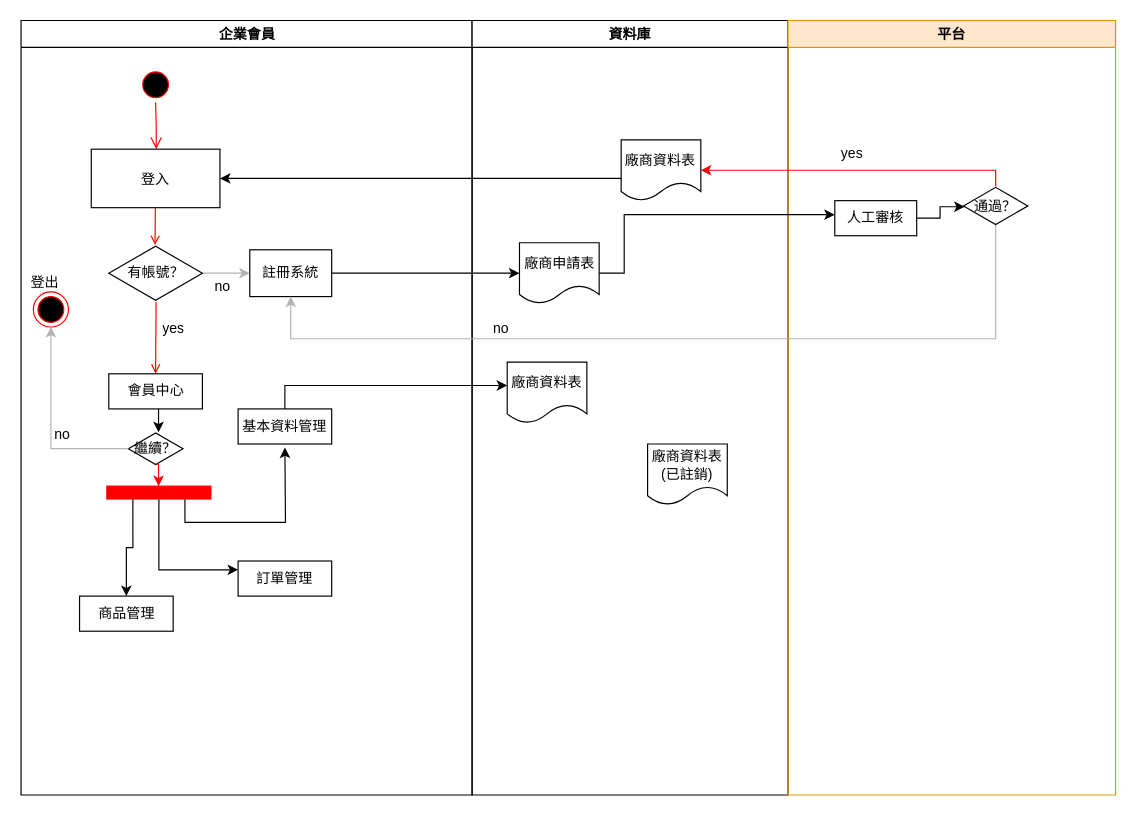
The draw.io diagram page "Page-1" (1 of 2) of 企業會員流程.drawio in 4gold/PFF, before the edit. Source tidied: cells renumbered, new cells numbered last; positions are measured from the earlier drawing's top-left corner, leaving out a move shared by most shapes. Both pictures are drawn from the tidied source at 117%, with x=0, y=0 at pixel (20, 20).
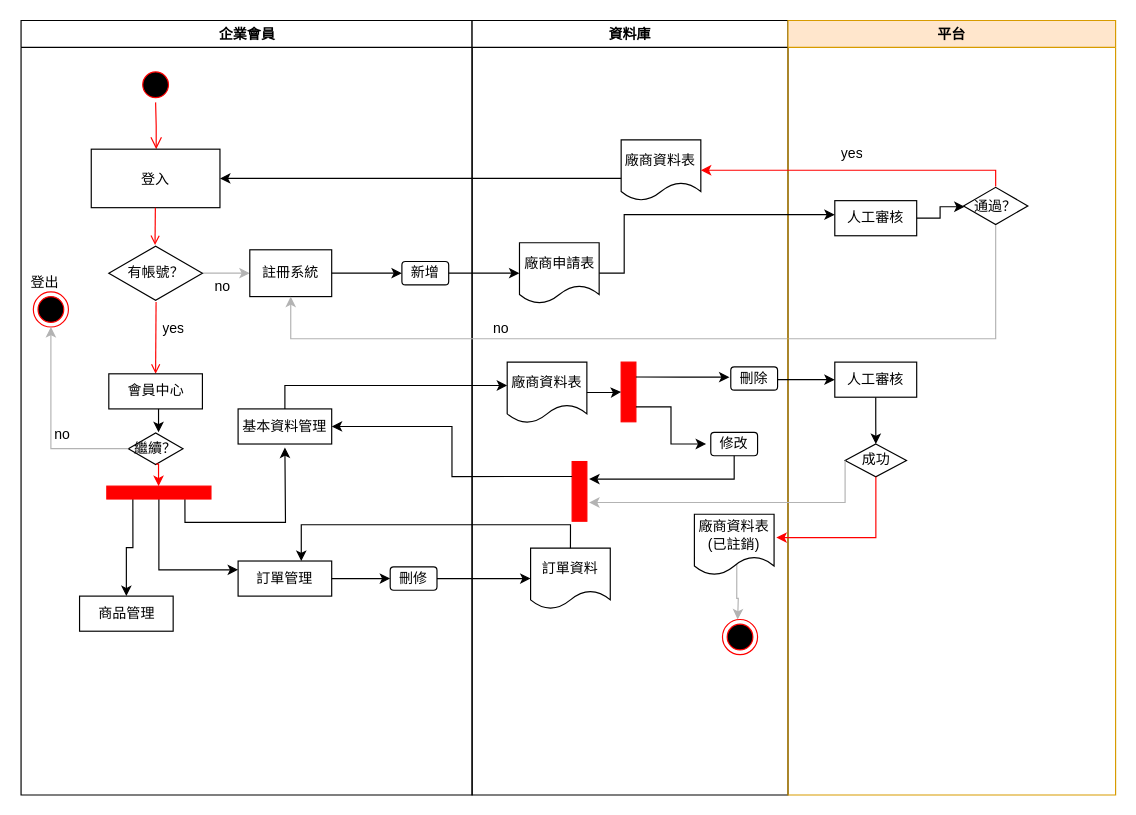
The same diagram, later.

Commit message:
Update 企業會員流程.drawio

The change refers to these unchanged cells:
```xml
<mxCell id="2" value="企業會員" style="swimlane;whiteSpace=wrap;" parent="1" vertex="1">
  <mxGeometry x="0.5" width="385.5" height="662" as="geometry" />
</mxCell>
<mxCell id="11" value="註冊系統" style="rounded=0;whiteSpace=wrap;html=1;" parent="2" vertex="1">
  <mxGeometry x="195.5" y="196" width="70" height="40" as="geometry" />
</mxCell>
<mxCell id="14" value="基本資料管理" style="rounded=0;whiteSpace=wrap;html=1;" parent="2" vertex="1">
  <mxGeometry x="185.5" y="332" width="80" height="30" as="geometry" />
</mxCell>
<mxCell id="17" value="訂單管理" style="rounded=0;whiteSpace=wrap;html=1;" parent="2" vertex="1">
  <mxGeometry x="185.5" y="462" width="80" height="30" as="geometry" />
</mxCell>
<mxCell id="22" value="資料庫" style="swimlane;whiteSpace=wrap;" parent="1" vertex="1">
  <mxGeometry x="386" width="270" height="662" as="geometry" />
</mxCell>
<mxCell id="23" value="廠商申請表" style="shape=document;whiteSpace=wrap;html=1;boundedLbl=1;rounded=0;" parent="22" vertex="1">
  <mxGeometry x="40.5" y="190" width="68.1" height="52" as="geometry" />
</mxCell>
<mxCell id="25" value="廠商資料表" style="shape=document;whiteSpace=wrap;html=1;boundedLbl=1;rounded=0;" parent="22" vertex="1">
  <mxGeometry x="30" y="292" width="68.1" height="52" as="geometry" />
</mxCell>
<mxCell id="38" value="平台" style="swimlane;whiteSpace=wrap;fillColor=#ffe6cc;strokeColor=#d79b00;" parent="1" vertex="1">
  <mxGeometry x="656" width="280" height="662" as="geometry" />
</mxCell>
```

Diff of the diagram source:
```diff
@@
+    <mxCell id="45" value="刪修" style="rounded=1;whiteSpace=wrap;html=1;" parent="2" vertex="1">
+      <mxGeometry x="315.5" y="467" width="40" height="20" as="geometry" />
+    </mxCell>
+    <mxCell id="46" value="新增" style="rounded=1;whiteSpace=wrap;html=1;" parent="2" vertex="1">
+      <mxGeometry x="325.5" y="206" width="40" height="20" as="geometry" />
+    </mxCell>
@@
+    <mxCell id="47" style="edgeStyle=orthogonalEdgeStyle;rounded=0;jettySize=auto;html=1;strokeColor=#B3B3B3;exitX=0.532;exitY=0.814;exitDx=0;exitDy=0;exitPerimeter=0;" parent="22" edge="1" source="26">
+      <mxGeometry relative="1" as="geometry">
+        <mxPoint x="227" y="512" as="targetPoint" />
+      </mxGeometry>
+    </mxCell>
     <mxCell id="26" value="廠商資料表&lt;br&gt;(已註銷)" style="shape=document;whiteSpace=wrap;html=1;boundedLbl=1;rounded=0;" parent="22" vertex="1">
-      <mxGeometry x="150" y="362" width="68.1" height="52" as="geometry" />
+      <mxGeometry x="190" y="422" width="68.1" height="52" as="geometry" />
     </mxCell>
+    <mxCell id="48" style="whiteSpace=wrap;strokeColor=#FF0000;fillColor=#FF0000;rotation=0;" parent="22" vertex="1">
+      <mxGeometry x="127.4" y="292" width="12.6" height="51" as="geometry" />
+    </mxCell>
+    <mxCell id="49" style="edgeStyle=orthogonalEdgeStyle;rounded=0;jettySize=auto;html=1;entryX=0;entryY=0.5;entryDx=0;entryDy=0;" parent="22" edge="1" source="25" target="48">
+      <mxGeometry relative="1" as="geometry" />
+    </mxCell>
+    <mxCell id="50" value="修改" style="rounded=1;whiteSpace=wrap;html=1;" parent="22" vertex="1">
+      <mxGeometry x="204" y="352" width="40" height="20" as="geometry" />
+    </mxCell>
+    <mxCell id="51" value="刪除" style="rounded=1;whiteSpace=wrap;html=1;" parent="22" vertex="1">
+      <mxGeometry x="221.1" y="296" width="40" height="20" as="geometry" />
+    </mxCell>
+    <mxCell id="52" style="whiteSpace=wrap;strokeColor=#FF0000;fillColor=#FF0000;rotation=0;" parent="22" vertex="1">
+      <mxGeometry x="85.5" y="377" width="12.6" height="51" as="geometry" />
+    </mxCell>
+    <mxCell id="53" style="ellipse;shape=endState;fillColor=#000000;strokeColor=#ff0000;" parent="22" vertex="1">
+      <mxGeometry x="214" y="512" width="30" height="30" as="geometry" />
+    </mxCell>
+    <mxCell id="54" value="訂單資料" style="shape=document;whiteSpace=wrap;html=1;boundedLbl=1;rounded=0;" parent="22" vertex="1">
+      <mxGeometry x="50" y="451" width="68.1" height="52" as="geometry" />
+    </mxCell>
-    <mxCell id="27" style="edgeStyle=orthogonalEdgeStyle;rounded=0;jettySize=auto;html=1;" parent="1" edge="1" source="11" target="23">
-      <mxGeometry relative="1" as="geometry" />
+    <mxCell id="27" style="edgeStyle=orthogonalEdgeStyle;rounded=0;jettySize=auto;html=1;" parent="1" edge="1" source="11">
+      <mxGeometry relative="1" as="geometry">
+        <mxPoint x="326" y="216" as="targetPoint" />
+      </mxGeometry>
     </mxCell>
@@
+    <mxCell id="55" style="edgeStyle=orthogonalEdgeStyle;rounded=0;jettySize=auto;html=1;strokeColor=#000000;" parent="38" edge="1" source="56" target="57">
+      <mxGeometry relative="1" as="geometry" />
+    </mxCell>
+    <mxCell id="56" value="人工審核" style="rounded=0;whiteSpace=wrap;html=1;" parent="38" vertex="1">
+      <mxGeometry x="40" y="292" width="70" height="30" as="geometry" />
+    </mxCell>
+    <mxCell id="57" value="成功" style="rhombus;whiteSpace=wrap;html=1;rounded=0;" parent="38" vertex="1">
+      <mxGeometry x="48.8" y="362" width="52.5" height="28" as="geometry" />
+    </mxCell>
@@
+    <mxCell id="58" style="edgeStyle=orthogonalEdgeStyle;rounded=0;jettySize=auto;html=1;exitX=1;exitY=0.75;exitDx=0;exitDy=0;strokeColor=#000000;" parent="1" edge="1" source="48">
+      <mxGeometry relative="1" as="geometry">
+        <mxPoint x="586" y="362" as="targetPoint" />
+        <Array as="points">
+          <mxPoint x="556" y="330" />
+          <mxPoint x="556" y="362" />
+          <mxPoint x="586" y="362" />
+        </Array>
+      </mxGeometry>
+    </mxCell>
+    <mxCell id="59" style="edgeStyle=orthogonalEdgeStyle;rounded=0;jettySize=auto;html=1;exitX=1;exitY=0.25;exitDx=0;exitDy=0;strokeColor=#000000;" parent="1" edge="1" source="48">
+      <mxGeometry relative="1" as="geometry">
+        <mxPoint x="606" y="304.9" as="targetPoint" />
+      </mxGeometry>
+    </mxCell>
+    <mxCell id="60" style="edgeStyle=orthogonalEdgeStyle;rounded=0;jettySize=auto;html=1;exitX=0.5;exitY=1;exitDx=0;exitDy=0;strokeColor=#000000;" parent="1" edge="1" source="50">
+      <mxGeometry relative="1" as="geometry">
+        <mxPoint x="486" y="392" as="targetPoint" />
+        <Array as="points">
+          <mxPoint x="610" y="392" />
+        </Array>
+      </mxGeometry>
+    </mxCell>
+    <mxCell id="61" style="edgeStyle=orthogonalEdgeStyle;rounded=0;jettySize=auto;html=1;strokeColor=#FF0000;" parent="1" edge="1" source="57">
+      <mxGeometry relative="1" as="geometry">
+        <mxPoint x="646" y="442" as="targetPoint" />
+        <Array as="points">
+          <mxPoint x="731" y="442" />
+          <mxPoint x="731" y="442" />
+        </Array>
+      </mxGeometry>
+    </mxCell>
+    <mxCell id="62" style="edgeStyle=orthogonalEdgeStyle;rounded=0;jettySize=auto;html=1;exitX=0;exitY=0.5;exitDx=0;exitDy=0;strokeColor=#B3B3B3;" parent="1" edge="1" source="57">
+      <mxGeometry relative="1" as="geometry">
+        <mxPoint x="486" y="412" as="targetPoint" />
+        <Array as="points">
+          <mxPoint x="705" y="412" />
+        </Array>
+      </mxGeometry>
+    </mxCell>
+    <mxCell id="63" style="edgeStyle=orthogonalEdgeStyle;rounded=0;jettySize=auto;html=1;exitX=0;exitY=0.25;exitDx=0;exitDy=0;entryX=1;entryY=0.5;entryDx=0;entryDy=0;strokeColor=#000000;" parent="1" edge="1" source="52" target="14">
+      <mxGeometry relative="1" as="geometry" />
+    </mxCell>
+    <mxCell id="64" style="edgeStyle=orthogonalEdgeStyle;rounded=0;jettySize=auto;html=1;strokeColor=#000000;" parent="1" edge="1" source="51" target="56">
+      <mxGeometry relative="1" as="geometry">
+        <Array as="points">
+          <mxPoint x="656" y="307" />
+          <mxPoint x="656" y="307" />
+        </Array>
+      </mxGeometry>
+    </mxCell>
+    <mxCell id="65" style="edgeStyle=orthogonalEdgeStyle;rounded=0;jettySize=auto;html=1;" parent="1" edge="1" source="17">
+      <mxGeometry relative="1" as="geometry">
+        <mxPoint x="316" y="477" as="targetPoint" />
+      </mxGeometry>
+    </mxCell>
+    <mxCell id="66" style="edgeStyle=orthogonalEdgeStyle;rounded=0;jettySize=auto;html=1;strokeColor=#000000;" parent="1" edge="1" source="45" target="54">
+      <mxGeometry relative="1" as="geometry" />
+    </mxCell>
+    <mxCell id="67" style="edgeStyle=orthogonalEdgeStyle;rounded=0;jettySize=auto;html=1;strokeColor=#000000;entryX=0;entryY=0.5;entryDx=0;entryDy=0;" parent="1" edge="1" source="46" target="23">
+      <mxGeometry relative="1" as="geometry" />
+    </mxCell>
+    <mxCell id="68" style="edgeStyle=orthogonalEdgeStyle;rounded=0;jettySize=auto;html=1;exitX=0.5;exitY=0;exitDx=0;exitDy=0;strokeColor=#000000;entryX=0.675;entryY=0;entryDx=0;entryDy=0;entryPerimeter=0;" parent="1" edge="1" source="54" target="17">
+      <mxGeometry relative="1" as="geometry" />
+    </mxCell>
```
